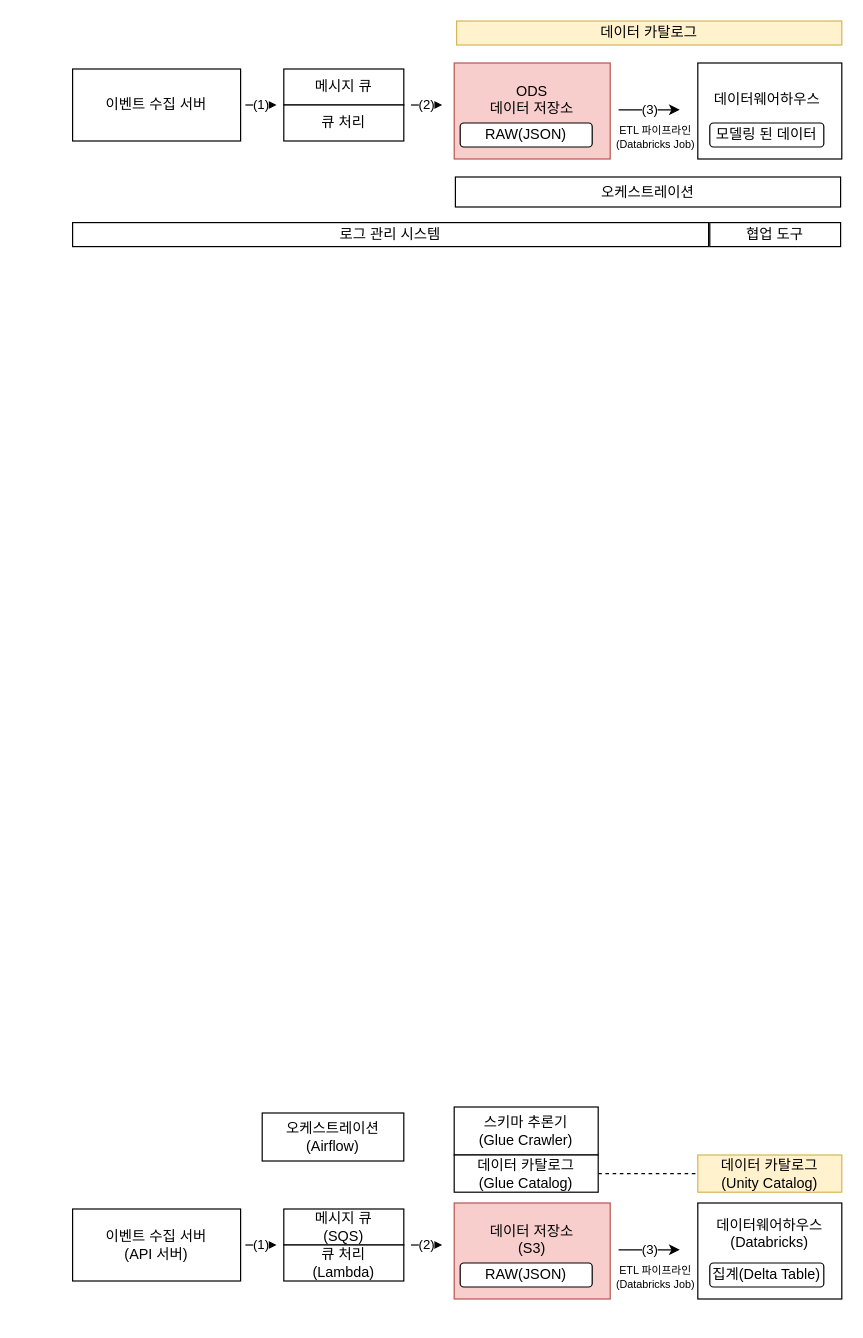
Above: milli.drawio in bsch0111/draw (draw.io), before the change. Source tidied: cells renumbered, new cells numbered last; positions are measured from the earlier drawing's top-left corner, leaving out a move shared by most shapes. Both pictures are drawn from the tidied source at 120%, with x=0, y=0 at pixel (72, 20).
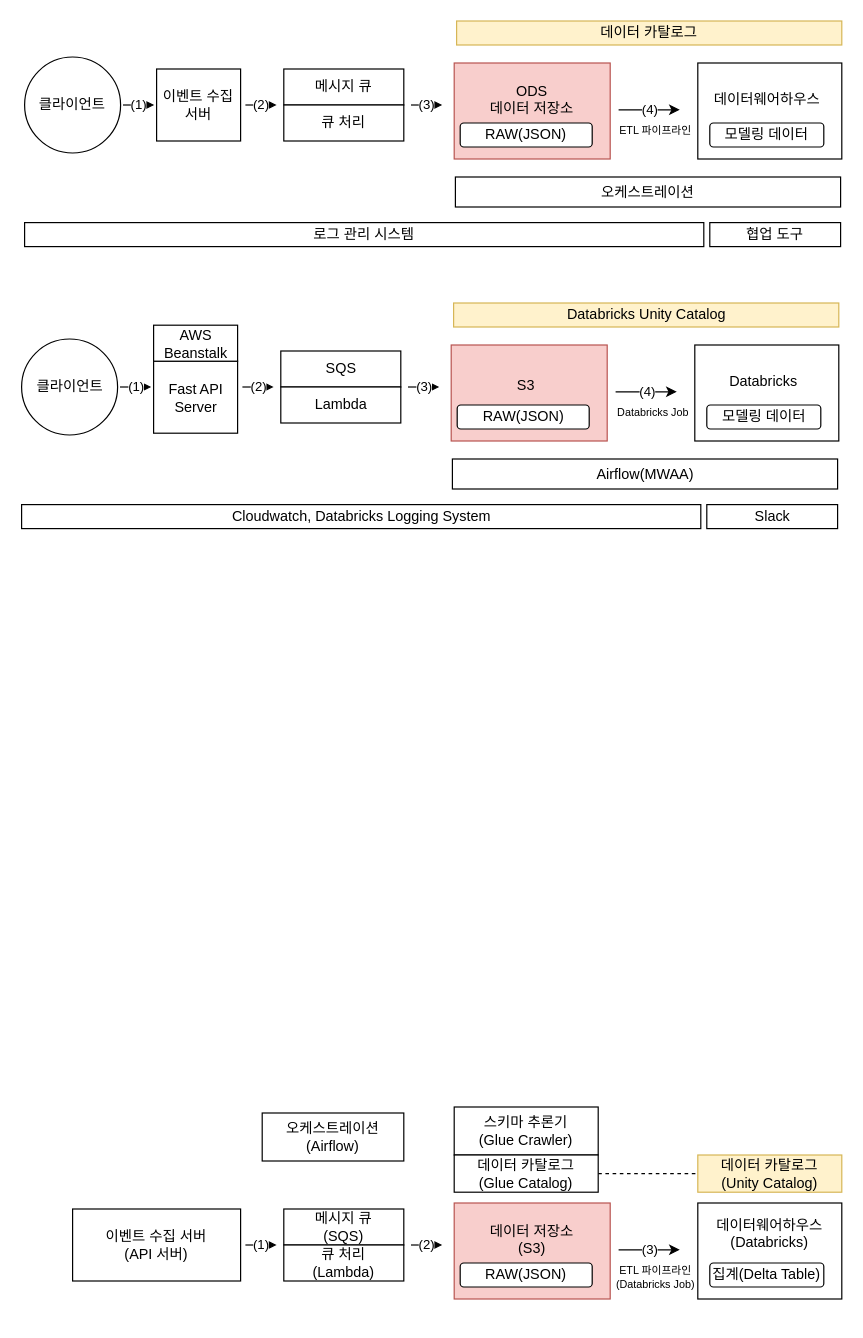
Above is the later version.

Diff of the diagram source:
```diff
@@
-    <mxCell id="20" value="(1)" style="edgeStyle=orthogonalEdgeStyle;rounded=0;orthogonalLoop=1;jettySize=auto;html=1;" parent="1" edge="1">
+    <mxCell id="20" value="(2)" style="edgeStyle=orthogonalEdgeStyle;rounded=0;orthogonalLoop=1;jettySize=auto;html=1;" parent="1" edge="1">
       <mxGeometry relative="1" as="geometry">
         <mxPoint x="144" y="70" as="sourcePoint" />
         <mxPoint x="170" y="70" as="targetPoint" />
       </mxGeometry>
     </mxCell>
     <mxCell id="21" value="&lt;div&gt;이벤트 수집 서버&lt;/div&gt;" style="rounded=0;whiteSpace=wrap;html=1;" parent="1" vertex="1">
-      <mxGeometry y="40" width="140" height="60" as="geometry" />
+      <mxGeometry x="70" y="40" width="70" height="60" as="geometry" />
     </mxCell>
@@
-    <mxCell id="29" value="모델링 된 데이터" style="rounded=1;whiteSpace=wrap;html=1;" parent="1" vertex="1">
+    <mxCell id="29" value="모델링 데이터" style="rounded=1;whiteSpace=wrap;html=1;" parent="1" vertex="1">
       <mxGeometry x="531" y="85" width="95" height="20" as="geometry" />
     </mxCell>
@@
     <mxCell id="31" value="&lt;div&gt;데이터웨어하우스&lt;/div&gt;" style="text;whiteSpace=wrap;html=1;align=center;" parent="1" vertex="1">
-      <mxGeometry x="518.5" y="52" width="120" height="50" as="geometry" />
+      <mxGeometry x="518.5" y="52" width="120" height="23" as="geometry" />
     </mxCell>
-    <mxCell id="32" value="(2)" style="edgeStyle=orthogonalEdgeStyle;rounded=0;orthogonalLoop=1;jettySize=auto;html=1;" parent="1" edge="1">
+    <mxCell id="32" value="(3)" style="edgeStyle=orthogonalEdgeStyle;rounded=0;orthogonalLoop=1;jettySize=auto;html=1;" parent="1" edge="1">
       <mxGeometry relative="1" as="geometry">
         <mxPoint x="282" y="70" as="sourcePoint" />
         <mxPoint x="308" y="70" as="targetPoint" />
       </mxGeometry>
     </mxCell>
-    <mxCell id="33" value="(3)" style="edgeStyle=orthogonalEdgeStyle;rounded=0;orthogonalLoop=1;jettySize=auto;html=1;" parent="1" edge="1">
+    <mxCell id="33" value="(4)" style="edgeStyle=orthogonalEdgeStyle;rounded=0;orthogonalLoop=1;jettySize=auto;html=1;" parent="1" edge="1">
       <mxGeometry relative="1" as="geometry">
         <mxPoint x="455" y="74" as="sourcePoint" />
         <mxPoint x="506" y="74" as="targetPoint" />
       </mxGeometry>
     </mxCell>
-    <mxCell id="34" value="&lt;div&gt;ETL 파이프라인&lt;/div&gt;&lt;div&gt;(Databricks Job)&lt;/div&gt;" style="text;whiteSpace=wrap;html=1;fontSize=9;align=center;" parent="1" vertex="1">
+    <mxCell id="34" value="&lt;div&gt;ETL 파이프라인&lt;/div&gt;&lt;div&gt;&lt;br&gt;&lt;/div&gt;" style="text;whiteSpace=wrap;html=1;fontSize=9;align=center;" parent="1" vertex="1">
       <mxGeometry x="426" y="80" width="120" height="50" as="geometry" />
     </mxCell>
     <mxCell id="35" value="로그 관리 시스템" style="rounded=0;whiteSpace=wrap;html=1;" parent="1" vertex="1">
-      <mxGeometry y="168" width="530" height="20" as="geometry" />
+      <mxGeometry x="-40" y="168" width="566" height="20" as="geometry" />
     </mxCell>
@@
+    <mxCell id="37" value="클라이언트" style="ellipse;whiteSpace=wrap;html=1;" parent="1" vertex="1">
+      <mxGeometry x="-40" y="30" width="80" height="80" as="geometry" />
+    </mxCell>
+    <mxCell id="38" value="(1)" style="edgeStyle=orthogonalEdgeStyle;rounded=0;orthogonalLoop=1;jettySize=auto;html=1;" parent="1" edge="1">
+      <mxGeometry relative="1" as="geometry">
+        <mxPoint x="42" y="70" as="sourcePoint" />
+        <mxPoint x="68" y="70" as="targetPoint" />
+      </mxGeometry>
+    </mxCell>
+    <mxCell id="39" value="(2)" style="edgeStyle=orthogonalEdgeStyle;rounded=0;orthogonalLoop=1;jettySize=auto;html=1;" parent="1" edge="1">
+      <mxGeometry relative="1" as="geometry">
+        <mxPoint x="141.5" y="305" as="sourcePoint" />
+        <mxPoint x="167.5" y="305" as="targetPoint" />
+      </mxGeometry>
+    </mxCell>
+    <mxCell id="40" value="&lt;div&gt;Fast API&lt;/div&gt;&lt;div&gt;Server&lt;/div&gt;" style="rounded=0;whiteSpace=wrap;html=1;" parent="1" vertex="1">
+      <mxGeometry x="67.5" y="283.5" width="70" height="60" as="geometry" />
+    </mxCell>
+    <mxCell id="41" value="SQS" style="rounded=0;whiteSpace=wrap;html=1;" parent="1" vertex="1">
+      <mxGeometry x="173.5" y="275" width="100" height="30" as="geometry" />
+    </mxCell>
+    <mxCell id="42" value="Lambda" style="rounded=0;whiteSpace=wrap;html=1;" parent="1" vertex="1">
+      <mxGeometry x="173.5" y="305" width="100" height="30" as="geometry" />
+    </mxCell>
+    <mxCell id="43" style="rounded=0;whiteSpace=wrap;html=1;fillColor=#f8cecc;strokeColor=#b85450;" parent="1" vertex="1">
+      <mxGeometry x="315.5" y="270" width="130" height="80" as="geometry" />
+    </mxCell>
+    <mxCell id="44" value="Databricks Unity Catalog" style="rounded=0;whiteSpace=wrap;html=1;fillColor=#fff2cc;strokeColor=#d6b656;" parent="1" vertex="1">
+      <mxGeometry x="317.5" y="235" width="321" height="20" as="geometry" />
+    </mxCell>
+    <mxCell id="45" value="Airflow(MWAA)" style="rounded=0;whiteSpace=wrap;html=1;" parent="1" vertex="1">
+      <mxGeometry x="316.5" y="365" width="321" height="25" as="geometry" />
+    </mxCell>
+    <mxCell id="46" style="rounded=0;whiteSpace=wrap;html=1;" parent="1" vertex="1">
+      <mxGeometry x="518.5" y="270" width="120" height="80" as="geometry" />
+    </mxCell>
+    <mxCell id="47" value="RAW(JSON)" style="rounded=1;whiteSpace=wrap;html=1;" parent="1" vertex="1">
+      <mxGeometry x="320.5" y="320" width="110" height="20" as="geometry" />
+    </mxCell>
+    <mxCell id="48" value="모델링 데이터" style="rounded=1;whiteSpace=wrap;html=1;" parent="1" vertex="1">
+      <mxGeometry x="528.5" y="320" width="95" height="20" as="geometry" />
+    </mxCell>
+    <mxCell id="49" value="S3" style="text;whiteSpace=wrap;html=1;align=center;" parent="1" vertex="1">
+      <mxGeometry x="328" y="290" width="100" height="50" as="geometry" />
+    </mxCell>
+    <mxCell id="50" value="Databricks" style="text;whiteSpace=wrap;html=1;align=center;" parent="1" vertex="1">
+      <mxGeometry x="516" y="287" width="120" height="23" as="geometry" />
+    </mxCell>
+    <mxCell id="51" value="(3)" style="edgeStyle=orthogonalEdgeStyle;rounded=0;orthogonalLoop=1;jettySize=auto;html=1;" parent="1" edge="1">
+      <mxGeometry relative="1" as="geometry">
+        <mxPoint x="279.5" y="305" as="sourcePoint" />
+        <mxPoint x="305.5" y="305" as="targetPoint" />
+      </mxGeometry>
+    </mxCell>
+    <mxCell id="52" value="(4)" style="edgeStyle=orthogonalEdgeStyle;rounded=0;orthogonalLoop=1;jettySize=auto;html=1;" parent="1" edge="1">
+      <mxGeometry relative="1" as="geometry">
+        <mxPoint x="452.5" y="309" as="sourcePoint" />
+        <mxPoint x="503.5" y="309" as="targetPoint" />
+      </mxGeometry>
+    </mxCell>
+    <mxCell id="53" value="&lt;div&gt;Databricks Job&lt;/div&gt;" style="text;whiteSpace=wrap;html=1;fontSize=9;align=center;" parent="1" vertex="1">
+      <mxGeometry x="423.5" y="315" width="120" height="50" as="geometry" />
+    </mxCell>
+    <mxCell id="54" value="Cloudwatch, Databricks Logging System" style="rounded=0;whiteSpace=wrap;html=1;" parent="1" vertex="1">
+      <mxGeometry x="-42.5" y="403" width="566" height="20" as="geometry" />
+    </mxCell>
+    <mxCell id="55" value="Slack" style="rounded=0;whiteSpace=wrap;html=1;" parent="1" vertex="1">
+      <mxGeometry x="528.5" y="403" width="109" height="20" as="geometry" />
+    </mxCell>
+    <mxCell id="56" value="클라이언트" style="ellipse;whiteSpace=wrap;html=1;" parent="1" vertex="1">
+      <mxGeometry x="-42.5" y="265" width="80" height="80" as="geometry" />
+    </mxCell>
+    <mxCell id="57" value="(1)" style="edgeStyle=orthogonalEdgeStyle;rounded=0;orthogonalLoop=1;jettySize=auto;html=1;" parent="1" edge="1">
+      <mxGeometry relative="1" as="geometry">
+        <mxPoint x="39.5" y="305" as="sourcePoint" />
+        <mxPoint x="65.5" y="305" as="targetPoint" />
+      </mxGeometry>
+    </mxCell>
+    <mxCell id="58" value="AWS Beanstalk" style="rounded=0;whiteSpace=wrap;html=1;" parent="1" vertex="1">
+      <mxGeometry x="67.5" y="253.5" width="70" height="30" as="geometry" />
+    </mxCell>
```
